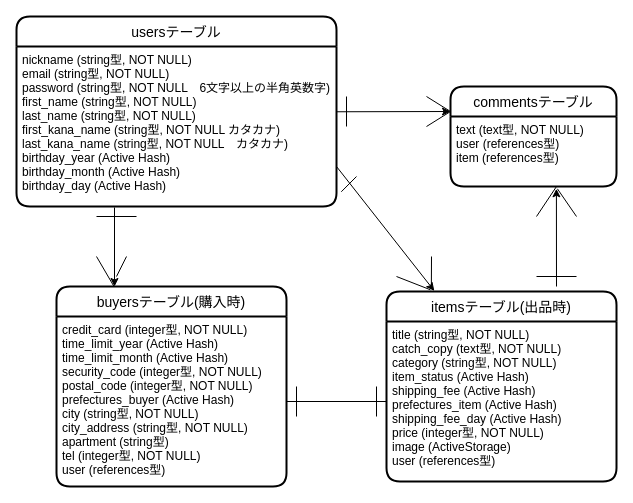
The draw.io diagram page "ページ1" (1 of 2) of furima.dio in nao1008ya/furima-31053, before the edit. Source tidied: cells renumbered, new cells numbered last; positions are measured from the earlier drawing's top-left corner, leaving out a move shared by most shapes. Both pictures are drawn from the tidied source at 100%, with x=0, y=0 at pixel (16, 16).
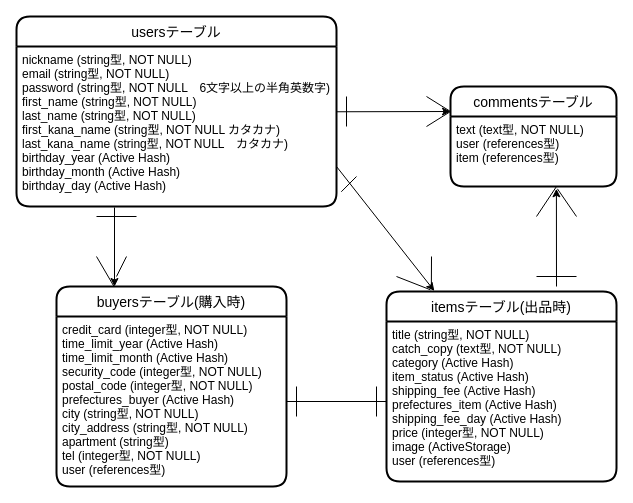
Above is the later version.

Unchanged cells that the change refers to:
```xml
<mxCell id="8" value="itemsテーブル(出品時)" style="swimlane;horizontal=1;startSize=30;rounded=1;fontSize=14;fontStyle=0;strokeWidth=2;shadow=0;dashed=0;align=center;" parent="1" vertex="1">
  <mxGeometry x="370" y="275" width="230" height="190" as="geometry" />
</mxCell>
```

Diff of the diagram source:
```diff
@@
-    <mxCell id="9" value="title (string型, NOT NULL)&#10;catch_copy (text型, NOT NULL)&#10;category (string型, NOT NULL)&#10;item_status (Active Hash)&#10;shipping_fee (Active Hash)&#10;prefectures_item (Active Hash)&#10;shipping_fee_day (Active Hash)&#10;price (integer型, NOT NULL)&#10;image (ActiveStorage)&#10;user (references型)" style="align=left;strokeColor=none;fillColor=none;spacingLeft=4;fontSize=12;verticalAlign=top;" parent="8" vertex="1">
+    <mxCell id="9" value="title (string型, NOT NULL)&#10;catch_copy (text型, NOT NULL)&#10;category (Active Hash)&#10;item_status (Active Hash)&#10;shipping_fee (Active Hash)&#10;prefectures_item (Active Hash)&#10;shipping_fee_day (Active Hash)&#10;price (integer型, NOT NULL)&#10;image (ActiveStorage)&#10;user (references型)" style="align=left;strokeColor=none;fillColor=none;spacingLeft=4;fontSize=12;verticalAlign=top;" parent="8" vertex="1">
       <mxGeometry y="30" width="230" height="160" as="geometry" />
     </mxCell>
```
